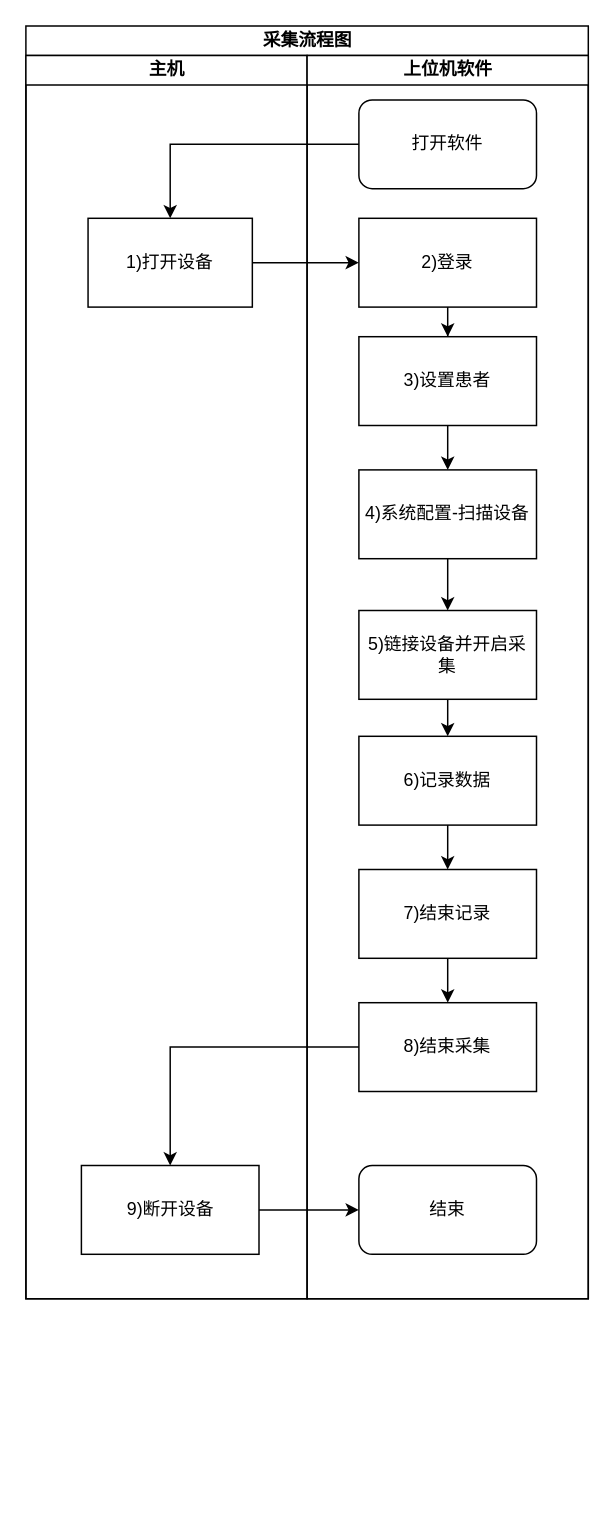
yz360307/draw keeps this draw.io diagram as 概念设计-采集流程图.drawio. Above is the earlier version. Source tidied: cells renumbered, new cells numbered last; positions are measured from the earlier drawing's top-left corner, leaving out a move shared by most shapes. Both pictures are drawn from the tidied source at 148%, with x=0, y=0 at pixel (25, 25).
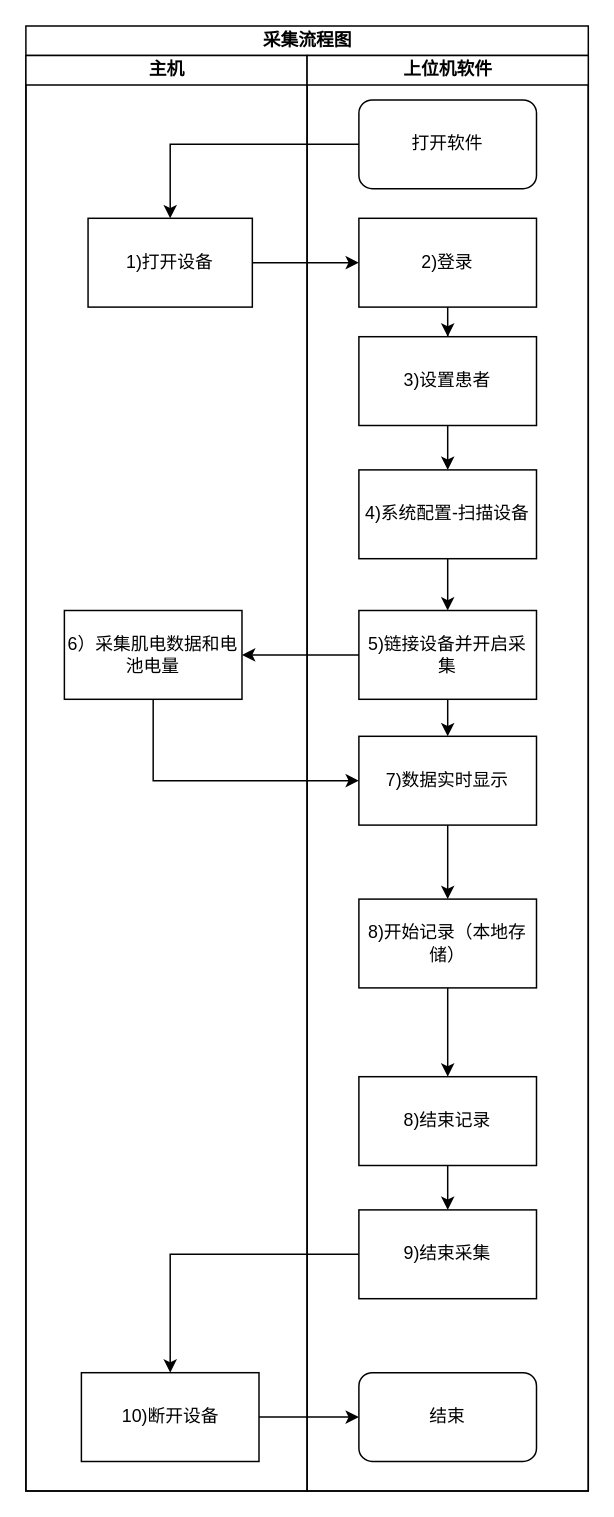
Above is the later version.

Commit message:
更新概念设计-采集流程图.drawio

The change refers to these unchanged cells:
```xml
<mxCell id="15" value="5)链接设备并开启采集" style="whiteSpace=wrap;html=1;rounded=0;glass=0;shadow=0;" parent="6" vertex="1">
  <mxGeometry x="35" y="375" width="120" height="60" as="geometry" />
</mxCell>
```

Diff of the diagram source:
```diff
@@
     <mxCell id="2" value="采集流程图" style="swimlane;startSize=20;html=1;" parent="1" vertex="1">
-      <mxGeometry width="380" height="860" as="geometry" />
+      <mxGeometry width="380" height="990" as="geometry" />
     </mxCell>
     <mxCell id="3" value="主机" style="swimlane;startSize=20;html=1;" parent="2" vertex="1">
-      <mxGeometry y="20" width="190" height="840" as="geometry" />
+      <mxGeometry y="20" width="190" height="970" as="geometry" />
     </mxCell>
@@
-    <mxCell id="5" value="9)断开设备" style="whiteSpace=wrap;html=1;rounded=0;" parent="3" vertex="1">
-      <mxGeometry x="37.5" y="750" width="120" height="60" as="geometry" />
+    <mxCell id="5" value="10)断开设备" style="whiteSpace=wrap;html=1;rounded=0;" parent="3" vertex="1">
+      <mxGeometry x="37.5" y="890" width="120" height="60" as="geometry" />
     </mxCell>
+    <mxCell id="26" value="6）采集肌电数据和电池电量" style="whiteSpace=wrap;html=1;rounded=0;" parent="3" vertex="1">
+      <mxGeometry x="26" y="375" width="120" height="60" as="geometry" />
+    </mxCell>
+    <mxCell id="24" style="edgeStyle=orthogonalEdgeStyle;rounded=0;jettySize=auto;html=1;" parent="2" edge="1" source="20" target="5">
+      <mxGeometry relative="1" as="geometry" />
+    </mxCell>
+    <mxCell id="25" style="edgeStyle=orthogonalEdgeStyle;rounded=0;jettySize=auto;html=1;" parent="2" edge="1" source="5" target="21">
+      <mxGeometry relative="1" as="geometry" />
+    </mxCell>
     <mxCell id="6" value="上位机软件" style="swimlane;startSize=20;html=1;" parent="2" vertex="1">
-      <mxGeometry x="190" y="20" width="190" height="840" as="geometry" />
+      <mxGeometry x="190" y="20" width="190" height="970" as="geometry" />
     </mxCell>
@@
-    <mxCell id="16" style="edgeStyle=orthogonalEdgeStyle;rounded=0;jettySize=auto;html=1;" parent="6" edge="1" source="17" target="19">
-      <mxGeometry relative="1" as="geometry" />
-    </mxCell>
+    <mxCell id="27" style="edgeStyle=orthogonalEdgeStyle;rounded=0;jettySize=auto;html=1;" parent="6" edge="1" source="17" target="29">
+      <mxGeometry relative="1" as="geometry" />
+    </mxCell>
-    <mxCell id="17" value="6)记录数据" style="whiteSpace=wrap;html=1;rounded=0;" parent="6" vertex="1">
+    <mxCell id="17" value="7)数据实时显示" style="whiteSpace=wrap;html=1;rounded=0;" parent="6" vertex="1">
       <mxGeometry x="35" y="460" width="120" height="60" as="geometry" />
     </mxCell>
@@
-    <mxCell id="19" value="7)结束记录" style="whiteSpace=wrap;html=1;rounded=0;" parent="6" vertex="1">
-      <mxGeometry x="35" y="550" width="120" height="60" as="geometry" />
+    <mxCell id="19" value="8)结束记录" style="whiteSpace=wrap;html=1;rounded=0;" parent="6" vertex="1">
+      <mxGeometry x="35" y="690" width="120" height="60" as="geometry" />
     </mxCell>
-    <mxCell id="20" value="8)结束采集" style="whiteSpace=wrap;html=1;rounded=0;" parent="6" vertex="1">
-      <mxGeometry x="35" y="640" width="120" height="60" as="geometry" />
+    <mxCell id="20" value="9)结束采集" style="whiteSpace=wrap;html=1;rounded=0;" parent="6" vertex="1">
+      <mxGeometry x="35" y="780" width="120" height="60" as="geometry" />
     </mxCell>
     <mxCell id="21" value="结束" style="whiteSpace=wrap;html=1;rounded=1;" parent="6" vertex="1">
-      <mxGeometry x="35" y="750" width="120" height="60" as="geometry" />
+      <mxGeometry x="35" y="890" width="120" height="60" as="geometry" />
     </mxCell>
+    <mxCell id="28" style="edgeStyle=orthogonalEdgeStyle;rounded=0;jettySize=auto;html=1;" parent="6" edge="1" source="29" target="19">
+      <mxGeometry relative="1" as="geometry" />
+    </mxCell>
+    <mxCell id="29" value="8)开始记录（本地存储）" style="whiteSpace=wrap;html=1;rounded=0;" parent="6" vertex="1">
+      <mxGeometry x="35" y="570" width="120" height="60" as="geometry" />
+    </mxCell>
@@
-    <mxCell id="24" style="edgeStyle=orthogonalEdgeStyle;rounded=0;jettySize=auto;html=1;" parent="2" edge="1" source="20" target="5">
-      <mxGeometry relative="1" as="geometry" />
-    </mxCell>
-    <mxCell id="25" style="edgeStyle=orthogonalEdgeStyle;rounded=0;jettySize=auto;html=1;" parent="2" edge="1" source="5" target="21">
-      <mxGeometry relative="1" as="geometry" />
-    </mxCell>
+    <mxCell id="30" style="edgeStyle=orthogonalEdgeStyle;rounded=0;jettySize=auto;html=1;" parent="2" edge="1" source="15" target="26">
+      <mxGeometry relative="1" as="geometry" />
+    </mxCell>
+    <mxCell id="31" style="edgeStyle=orthogonalEdgeStyle;rounded=0;jettySize=auto;html=1;entryX=0;entryY=0.5;entryDx=0;entryDy=0;" parent="2" edge="1" source="26" target="17">
+      <mxGeometry relative="1" as="geometry">
+        <Array as="points">
+          <mxPoint x="86" y="510" />
+        </Array>
+      </mxGeometry>
+    </mxCell>
```
